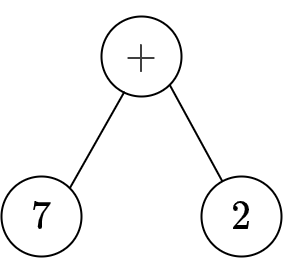
Earlier version of the draw.io export img/theoretical_framework/GP Initial Population 3.png (r8vnhill/keen-thesis). Source tidied: cells renumbered, new cells last; positions are measured from the earlier drawing's top-left corner, leaving out a move shared by most shapes. Source of this version:
```xml
<mxGraphModel math="1">
  <root>
    <mxCell id="0" />
    <mxCell id="1" parent="0" />
    <mxCell id="2" value="$$+$$" style="ellipse;whiteSpace=wrap;html=1;fontSize=35;strokeWidth=2;" parent="1" vertex="1">
      <mxGeometry x="100" width="80" height="80" as="geometry" />
    </mxCell>
    <mxCell id="3" value="$$7$$" style="ellipse;whiteSpace=wrap;html=1;fontSize=35;strokeWidth=2;" parent="1" vertex="1">
      <mxGeometry y="160" width="80" height="80" as="geometry" />
    </mxCell>
    <mxCell id="4" value="$$2$$" style="ellipse;whiteSpace=wrap;html=1;fontSize=35;strokeWidth=2;" parent="1" vertex="1">
      <mxGeometry x="200" y="160" width="80" height="80" as="geometry" />
    </mxCell>
    <mxCell id="5" style="endArrow=none;html=1;rounded=0;exitX=1;exitY=0;exitDx=0;exitDy=0;entryX=0.288;entryY=0.938;entryDx=0;entryDy=0;entryPerimeter=0;strokeWidth=2;" parent="1" edge="1" source="3" target="2">
      <mxGeometry relative="1" as="geometry" />
    </mxCell>
    <mxCell id="6" style="rounded=0;jettySize=auto;html=1;exitX=1;exitY=1;exitDx=0;exitDy=0;endArrow=none;endFill=0;strokeWidth=2;" parent="1" edge="1" target="4">
      <mxGeometry relative="1" as="geometry">
        <mxPoint x="168" y="68" as="sourcePoint" />
      </mxGeometry>
    </mxCell>
  </root>
</mxGraphModel>
```
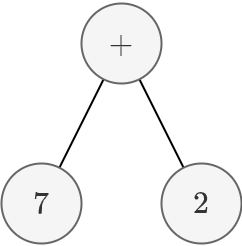
Above is the later version.

The edit, as a diff of the source:
```diff
@@ -2,22 +2,20 @@
   <root>
     <mxCell id="0" />
     <mxCell id="1" parent="0" />
+    <mxCell id="7" style="rounded=0;jettySize=auto;html=1;endArrow=none;endFill=0;strokeWidth=2;" parent="1" edge="1" source="2" target="4">
+      <mxGeometry relative="1" as="geometry" />
+    </mxCell>
+    <mxCell id="8" style="rounded=0;jettySize=auto;html=1;endArrow=none;endFill=0;strokeWidth=2;" parent="1" edge="1" source="2" target="3">
+      <mxGeometry relative="1" as="geometry" />
+    </mxCell>
-    <mxCell id="2" value="$$+$$" style="ellipse;whiteSpace=wrap;html=1;fontSize=35;strokeWidth=2;" parent="1" vertex="1">
-      <mxGeometry x="100" width="80" height="80" as="geometry" />
+    <mxCell id="2" value="$$+$$" style="ellipse;whiteSpace=wrap;html=1;fontSize=27;fillColor=#f5f5f5;fontColor=#333333;strokeColor=#666666;strokeWidth=2;" parent="1" vertex="1">
+      <mxGeometry x="930" y="150" width="80" height="80" as="geometry" />
     </mxCell>
+    <mxCell id="4" value="$$2$$" style="ellipse;whiteSpace=wrap;html=1;fontSize=27;fillColor=#f5f5f5;fontColor=#333333;strokeColor=#666666;strokeWidth=2;" parent="1" vertex="1">
+      <mxGeometry x="1010" y="310" width="80" height="80" as="geometry" />
+    </mxCell>
-    <mxCell id="3" value="$$7$$" style="ellipse;whiteSpace=wrap;html=1;fontSize=35;strokeWidth=2;" parent="1" vertex="1">
-      <mxGeometry y="160" width="80" height="80" as="geometry" />
+    <mxCell id="3" value="$$7$$" style="ellipse;whiteSpace=wrap;html=1;fontSize=27;fillColor=#f5f5f5;fontColor=#333333;strokeColor=#666666;strokeWidth=2;" parent="1" vertex="1">
+      <mxGeometry x="850" y="310" width="80" height="80" as="geometry" />
     </mxCell>
-    <mxCell id="4" value="$$2$$" style="ellipse;whiteSpace=wrap;html=1;fontSize=35;strokeWidth=2;" parent="1" vertex="1">
-      <mxGeometry x="200" y="160" width="80" height="80" as="geometry" />
-    </mxCell>
-    <mxCell id="5" style="endArrow=none;html=1;rounded=0;exitX=1;exitY=0;exitDx=0;exitDy=0;entryX=0.288;entryY=0.938;entryDx=0;entryDy=0;entryPerimeter=0;strokeWidth=2;" parent="1" edge="1" source="3" target="2">
-      <mxGeometry relative="1" as="geometry" />
-    </mxCell>
-    <mxCell id="6" style="rounded=0;jettySize=auto;html=1;exitX=1;exitY=1;exitDx=0;exitDy=0;endArrow=none;endFill=0;strokeWidth=2;" parent="1" edge="1" target="4">
-      <mxGeometry relative="1" as="geometry">
-        <mxPoint x="168" y="68" as="sourcePoint" />
-      </mxGeometry>
-    </mxCell>
   </root>
 </mxGraphModel>
```
